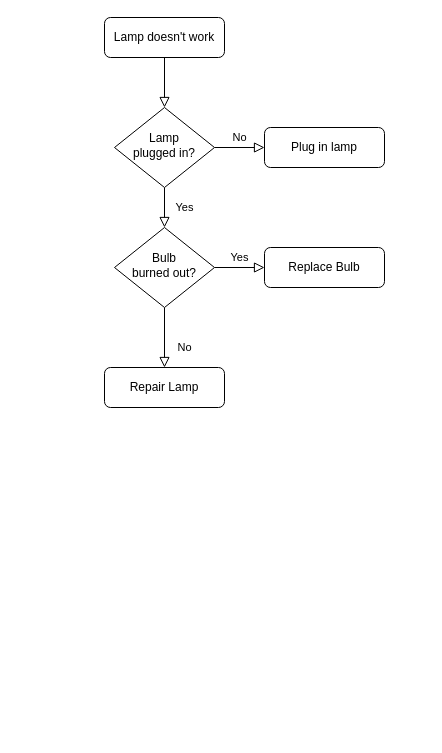
The draw.io diagram flowcharts/Fibonacci.drawio in Kenshi2727/Wireframing-and-Flow-charts, before the edit. Source tidied: cells renumbered, new cells numbered last; positions are measured from the earlier drawing's top-left corner, leaving out a move shared by most shapes. Both pictures are drawn from the tidied source at 100%, with x=0, y=0 at pixel (104, 17).
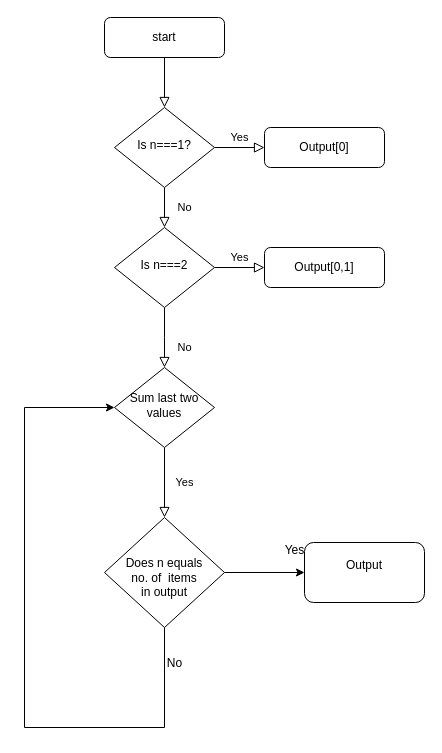
The same diagram, later.

Change to the diagram source:
```diff
@@
-    <mxCell id="3" value="Lamp doesn't work" style="rounded=1;whiteSpace=wrap;html=1;fontSize=12;glass=0;strokeWidth=1;shadow=0;" parent="1" vertex="1">
+    <mxCell id="3" value="start" style="rounded=1;whiteSpace=wrap;html=1;fontSize=12;glass=0;strokeWidth=1;shadow=0;" parent="1" vertex="1">
       <mxGeometry width="120" height="40" as="geometry" />
     </mxCell>
-    <mxCell id="4" value="Yes" style="rounded=0;html=1;jettySize=auto;fontSize=11;endArrow=block;endFill=0;endSize=8;strokeWidth=1;shadow=0;labelBackgroundColor=none;edgeStyle=orthogonalEdgeStyle;" parent="1" edge="1" source="6" target="10">
+    <mxCell id="4" value="No" style="rounded=0;html=1;jettySize=auto;fontSize=11;endArrow=block;endFill=0;endSize=8;strokeWidth=1;shadow=0;labelBackgroundColor=none;edgeStyle=orthogonalEdgeStyle;" parent="1" edge="1" source="6" target="10">
       <mxGeometry y="20" relative="1" as="geometry" />
     </mxCell>
-    <mxCell id="5" value="No" style="edgeStyle=orthogonalEdgeStyle;rounded=0;html=1;jettySize=auto;fontSize=11;endArrow=block;endFill=0;endSize=8;strokeWidth=1;shadow=0;labelBackgroundColor=none;" parent="1" edge="1" source="6" target="7">
+    <mxCell id="5" value="Yes" style="edgeStyle=orthogonalEdgeStyle;rounded=0;html=1;jettySize=auto;fontSize=11;endArrow=block;endFill=0;endSize=8;strokeWidth=1;shadow=0;labelBackgroundColor=none;" parent="1" edge="1" source="6" target="7">
       <mxGeometry y="10" relative="1" as="geometry" />
     </mxCell>
-    <mxCell id="6" value="Lamp&lt;br&gt;plugged in?" style="rhombus;whiteSpace=wrap;html=1;shadow=0;fontFamily=Helvetica;fontSize=12;align=center;strokeWidth=1;spacing=6;spacingTop=-4;" parent="1" vertex="1">
+    <mxCell id="6" value="Is n===1?" style="rhombus;whiteSpace=wrap;html=1;shadow=0;fontFamily=Helvetica;fontSize=12;align=center;strokeWidth=1;spacing=6;spacingTop=-4;" parent="1" vertex="1">
       <mxGeometry x="10" y="90" width="100" height="80" as="geometry" />
     </mxCell>
-    <mxCell id="7" value="Plug in lamp" style="rounded=1;whiteSpace=wrap;html=1;fontSize=12;glass=0;strokeWidth=1;shadow=0;" parent="1" vertex="1">
+    <mxCell id="7" value="Output[0]" style="rounded=1;whiteSpace=wrap;html=1;fontSize=12;glass=0;strokeWidth=1;shadow=0;" parent="1" vertex="1">
       <mxGeometry x="160" y="110" width="120" height="40" as="geometry" />
     </mxCell>
-    <mxCell id="8" value="No" style="rounded=0;html=1;jettySize=auto;fontSize=11;endArrow=block;endFill=0;endSize=8;strokeWidth=1;shadow=0;labelBackgroundColor=none;edgeStyle=orthogonalEdgeStyle;" parent="1" edge="1" source="10" target="11">
-      <mxGeometry x="0.33" y="20" relative="1" as="geometry" />
+    <mxCell id="8" value="No" style="rounded=0;html=1;jettySize=auto;fontSize=11;endArrow=block;endFill=0;endSize=8;strokeWidth=1;shadow=0;labelBackgroundColor=none;edgeStyle=orthogonalEdgeStyle;" parent="1" edge="1" source="10">
+      <mxGeometry x="0.33" y="20" relative="1" as="geometry">
+        <mxPoint x="60" y="350" as="targetPoint" />
+      </mxGeometry>
     </mxCell>
@@
-    <mxCell id="10" value="Bulb&lt;br&gt;burned out?" style="rhombus;whiteSpace=wrap;html=1;shadow=0;fontFamily=Helvetica;fontSize=12;align=center;strokeWidth=1;spacing=6;spacingTop=-4;" parent="1" vertex="1">
+    <mxCell id="10" value="Is n===2" style="rhombus;whiteSpace=wrap;html=1;shadow=0;fontFamily=Helvetica;fontSize=12;align=center;strokeWidth=1;spacing=6;spacingTop=-4;" parent="1" vertex="1">
       <mxGeometry x="10" y="210" width="100" height="80" as="geometry" />
     </mxCell>
-    <mxCell id="11" value="Repair Lamp" style="rounded=1;whiteSpace=wrap;html=1;fontSize=12;glass=0;strokeWidth=1;shadow=0;" parent="1" vertex="1">
-      <mxGeometry y="350" width="120" height="40" as="geometry" />
-    </mxCell>
-    <mxCell id="12" value="Replace Bulb" style="rounded=1;whiteSpace=wrap;html=1;fontSize=12;glass=0;strokeWidth=1;shadow=0;" parent="1" vertex="1">
+    <mxCell id="12" value="Output[0,1]" style="rounded=1;whiteSpace=wrap;html=1;fontSize=12;glass=0;strokeWidth=1;shadow=0;" parent="1" vertex="1">
       <mxGeometry x="160" y="230" width="120" height="40" as="geometry" />
     </mxCell>
+    <mxCell id="13" value="Yes" style="rounded=0;html=1;jettySize=auto;fontSize=11;endArrow=block;endFill=0;endSize=8;strokeWidth=1;shadow=0;labelBackgroundColor=none;edgeStyle=orthogonalEdgeStyle;" parent="1" edge="1" source="14" target="16">
+      <mxGeometry y="20" relative="1" as="geometry" />
+    </mxCell>
+    <mxCell id="14" value="Sum last two values" style="rhombus;whiteSpace=wrap;html=1;shadow=0;fontFamily=Helvetica;fontSize=12;align=center;strokeWidth=1;spacing=6;spacingTop=-4;" parent="1" vertex="1">
+      <mxGeometry x="10" y="350" width="100" height="80" as="geometry" />
+    </mxCell>
+    <mxCell id="15" style="edgeStyle=orthogonalEdgeStyle;rounded=0;jettySize=auto;html=1;" parent="1" edge="1" source="16" target="20">
+      <mxGeometry relative="1" as="geometry" />
+    </mxCell>
+    <mxCell id="16" value="&lt;div&gt;&lt;br&gt;&lt;/div&gt;Does n&amp;nbsp;&lt;span style=&quot;background-color: initial;&quot;&gt;equals&lt;/span&gt;&lt;div&gt;&lt;div&gt;no. of&amp;nbsp; items&lt;/div&gt;&lt;/div&gt;&lt;div&gt;in output&lt;/div&gt;" style="rhombus;whiteSpace=wrap;html=1;shadow=0;fontFamily=Helvetica;fontSize=12;align=center;strokeWidth=1;spacing=6;spacingTop=-4;" parent="1" vertex="1">
+      <mxGeometry y="500" width="120" height="110" as="geometry" />
+    </mxCell>
+    <mxCell id="17" value="Yes" style="text;html=1;align=center;verticalAlign=middle;strokeColor=none;fillColor=none;" parent="1" vertex="1">
+      <mxGeometry x="170" y="518" width="40" height="30" as="geometry" />
+    </mxCell>
+    <mxCell id="18" style="endArrow=classic;html=1;rounded=0;entryX=0;entryY=0.5;entryDx=0;entryDy=0;exitX=0.5;exitY=1;exitDx=0;exitDy=0;" parent="1" edge="1" source="16" target="14">
+      <mxGeometry relative="1" as="geometry">
+        <Array as="points">
+          <mxPoint x="60" y="710" />
+          <mxPoint x="-80" y="710" />
+          <mxPoint x="-80" y="390" />
+        </Array>
+      </mxGeometry>
+    </mxCell>
+    <mxCell id="19" value="No&lt;div&gt;&lt;br&gt;&lt;/div&gt;" style="text;html=1;align=center;verticalAlign=middle;strokeColor=none;fillColor=none;" parent="1" vertex="1">
+      <mxGeometry x="50" y="633" width="40" height="40" as="geometry" />
+    </mxCell>
+    <mxCell id="20" value="Output&lt;div&gt;&lt;br&gt;&lt;/div&gt;" style="rounded=1;whiteSpace=wrap;html=1;" parent="1" vertex="1">
+      <mxGeometry x="200" y="525" width="120" height="60" as="geometry" />
+    </mxCell>
```
